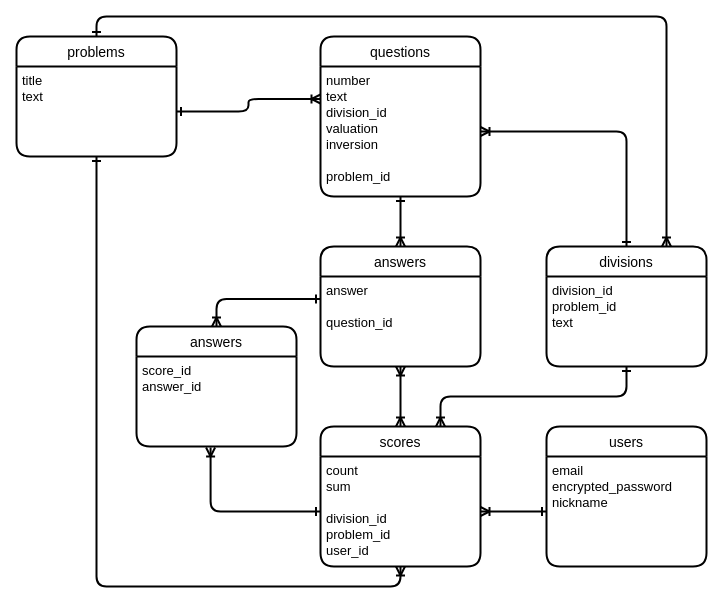
The draw.io diagram ER図.dio in ikeharanaoya/psychological_test_app, before the edit. Source tidied: cells renumbered, new cells numbered last; positions are measured from the earlier drawing's top-left corner, leaving out a move shared by most shapes. Both pictures are drawn from the tidied source at 100%, with x=0, y=0 at pixel (16, 36).
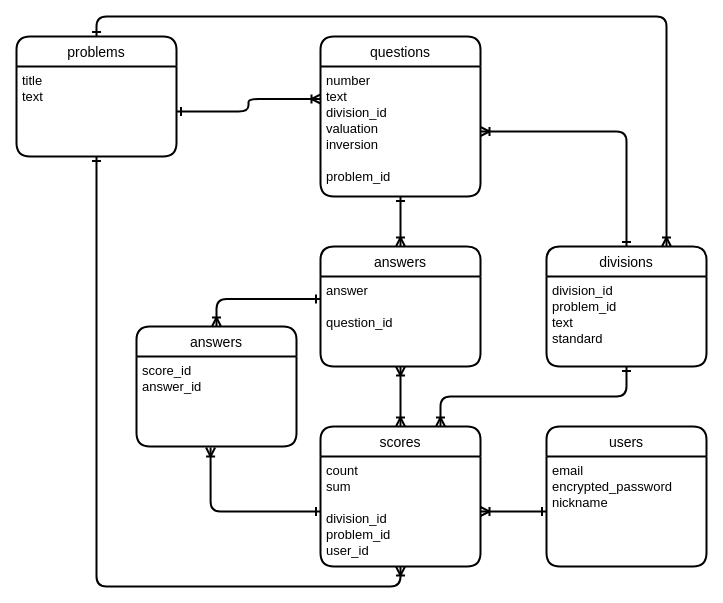
The same diagram, later.

The change refers to these unchanged cells:
```xml
<mxCell id="13" value="divisions" style="swimlane;horizontal=1;startSize=30;rounded=1;fontSize=14;fontStyle=0;strokeWidth=2;shadow=0;dashed=0;align=center;" parent="1" vertex="1">
  <mxGeometry x="530" y="210" width="160" height="120" as="geometry" />
</mxCell>
```

The edit, as a diff of the source:
```diff
@@
-    <mxCell id="14" value="division_id&#10;problem_id&#10;text" style="align=left;strokeColor=none;fillColor=none;spacingLeft=4;fontSize=13;verticalAlign=top;" parent="13" vertex="1">
+    <mxCell id="14" value="division_id&#10;problem_id&#10;text&#10;standard" style="align=left;strokeColor=none;fillColor=none;spacingLeft=4;fontSize=13;verticalAlign=top;" parent="13" vertex="1">
       <mxGeometry y="30" width="160" height="90" as="geometry" />
     </mxCell>
```
